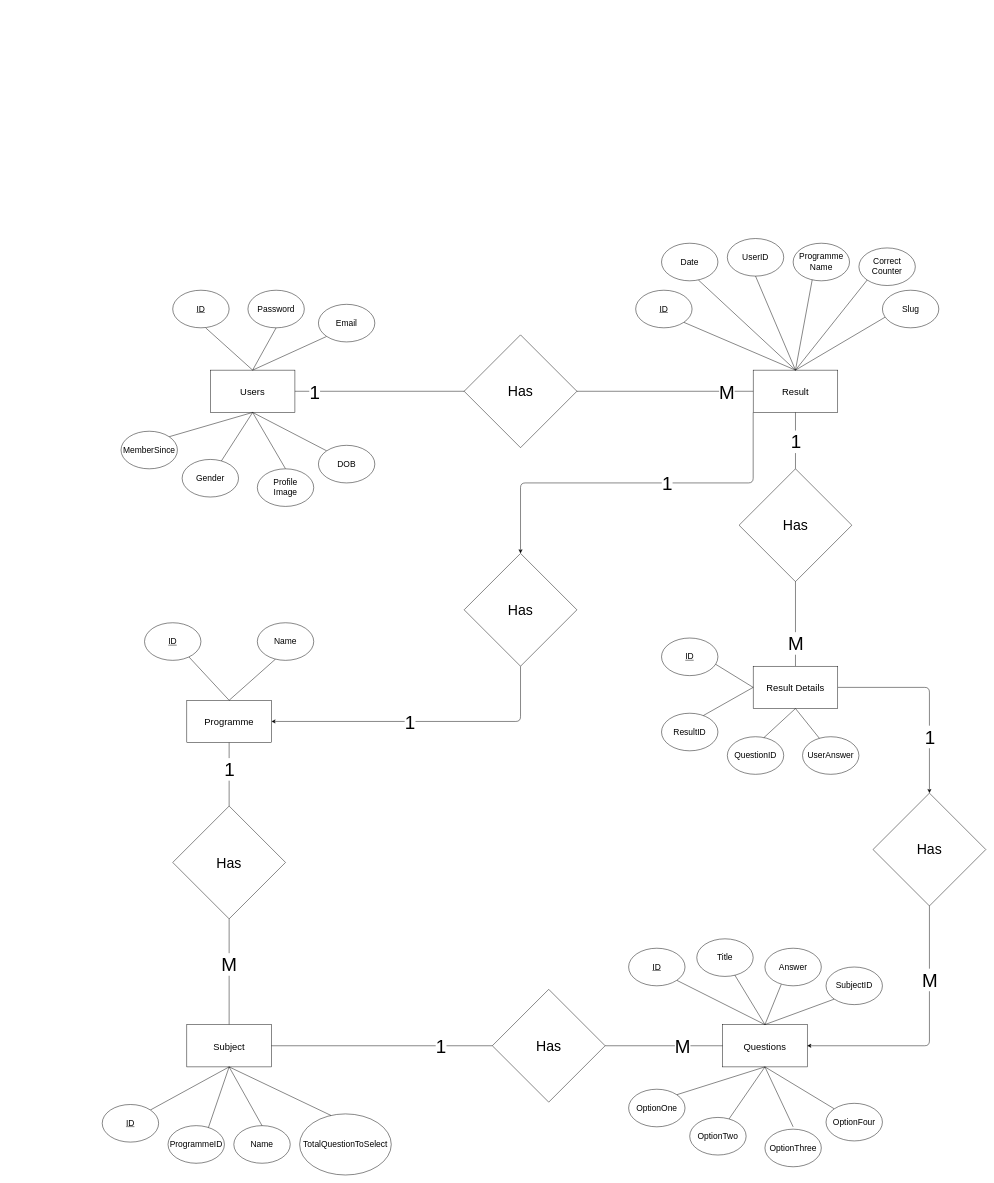
The draw.io diagram static/Project Diagram/ER-Diagram.drawio in sainisoftravi/online_entrance, before the edit. Source tidied: cells renumbered, new cells numbered last; positions are measured from the earlier drawing's top-left corner, leaving out a move shared by most shapes. Both pictures are drawn from the tidied source at 47%, with x=0, y=0 at pixel (102, 238).
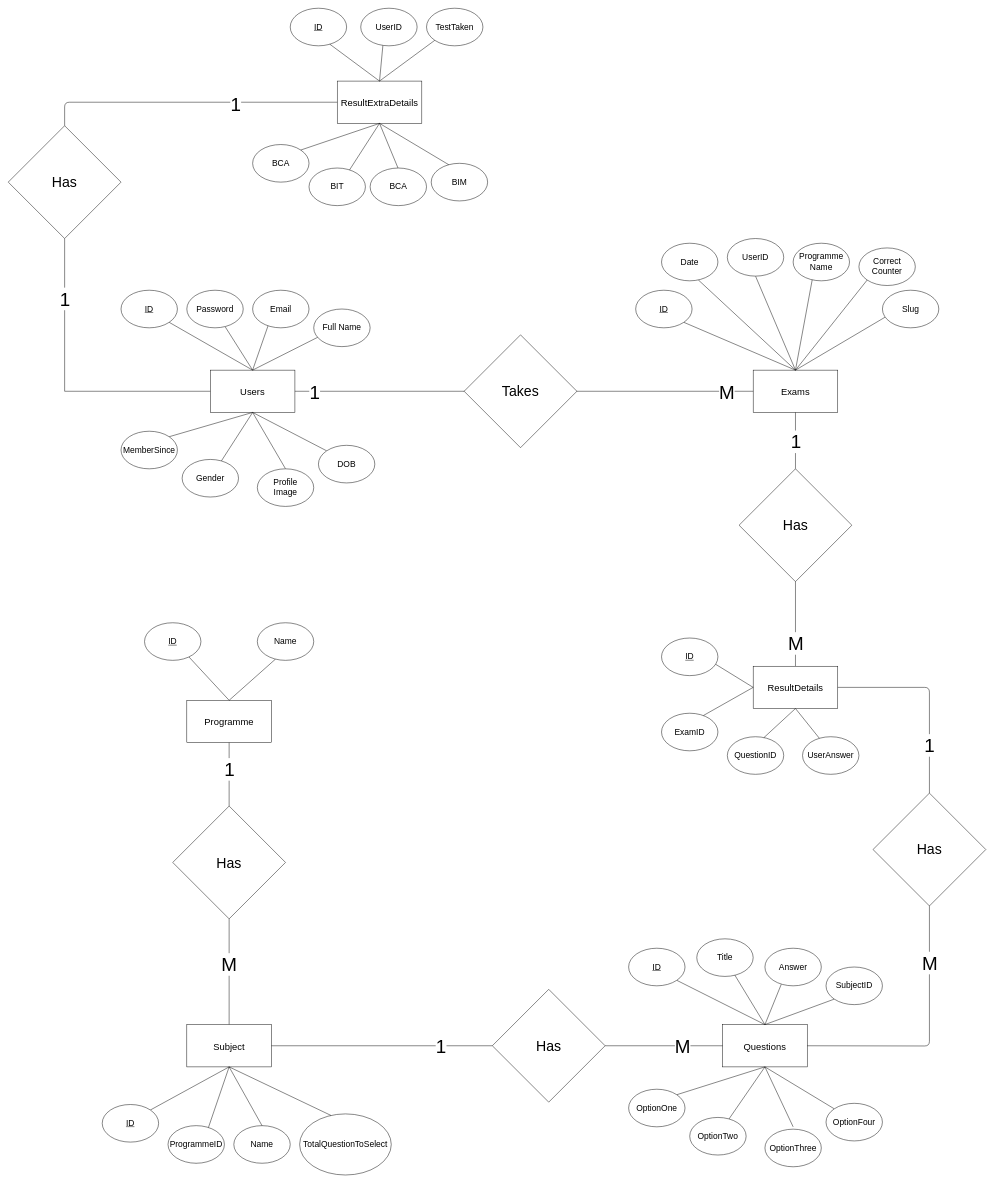
Above is the later version.

Unchanged cells that the change refers to:
```xml
<mxCell id="2" value="&lt;font style=&quot;font-size: 20px;&quot;&gt;Questions&lt;/font&gt;" style="rounded=0;whiteSpace=wrap;html=1;" parent="1" vertex="1">
  <mxGeometry x="1320" y="1672.5" width="180" height="90" as="geometry" />
</mxCell>
<mxCell id="17" value="&lt;font style=&quot;font-size: 20px;&quot;&gt;Users&lt;/font&gt;" style="rounded=0;whiteSpace=wrap;html=1;" parent="1" vertex="1">
  <mxGeometry x="230" y="280" width="180" height="90" as="geometry" />
</mxCell>
<mxCell id="69" value="&lt;font style=&quot;font-size: 20px;&quot;&gt;Programme&lt;/font&gt;" style="rounded=0;whiteSpace=wrap;html=1;" parent="1" vertex="1">
  <mxGeometry x="180" y="982.5" width="180" height="90" as="geometry" />
</mxCell>
```

The edit, as a diff of the source:
```diff
@@
-    <mxCell id="18" style="endArrow=none;html=1;rounded=0;exitX=0.5;exitY=0;exitDx=0;exitDy=0;" parent="1" edge="1" source="17">
-      <mxGeometry relative="1" as="geometry">
-        <mxPoint x="220" y="190" as="targetPoint" />
-      </mxGeometry>
+    <mxCell id="18" style="endArrow=none;html=1;rounded=0;exitX=0.5;exitY=0;exitDx=0;exitDy=0;entryX=1;entryY=1;entryDx=0;entryDy=0;" parent="1" edge="1" source="17" target="19">
+      <mxGeometry relative="1" as="geometry" />
     </mxCell>
     <mxCell id="19" value="&lt;font style=&quot;font-size: 18px;&quot;&gt;&lt;u&gt;ID&lt;/u&gt;&lt;/font&gt;" style="ellipse;whiteSpace=wrap;html=1;" parent="1" vertex="1">
-      <mxGeometry x="150" y="110" width="120" height="80" as="geometry" />
+      <mxGeometry x="40" y="110" width="120" height="80" as="geometry" />
     </mxCell>
-    <mxCell id="20" style="endArrow=none;html=1;rounded=0;exitX=0.5;exitY=0;exitDx=0;exitDy=0;entryX=0;entryY=1;entryDx=0;entryDy=0;" parent="1" edge="1" source="17" target="21">
+    <mxCell id="20" style="endArrow=none;html=1;rounded=0;exitX=0.5;exitY=0;exitDx=0;exitDy=0;entryX=0.274;entryY=0.942;entryDx=0;entryDy=0;entryPerimeter=0;" parent="1" edge="1" source="17" target="21">
       <mxGeometry relative="1" as="geometry" />
     </mxCell>
     <mxCell id="21" value="&lt;font style=&quot;font-size: 18px;&quot;&gt;Email&lt;/font&gt;" style="ellipse;whiteSpace=wrap;html=1;" parent="1" vertex="1">
-      <mxGeometry x="460" y="140" width="120" height="80" as="geometry" />
+      <mxGeometry x="320" y="110" width="120" height="80" as="geometry" />
     </mxCell>
@@
-    <mxCell id="28" style="endArrow=none;html=1;rounded=0;exitX=0.5;exitY=0;exitDx=0;exitDy=0;entryX=0.5;entryY=1;entryDx=0;entryDy=0;" parent="1" edge="1" source="17" target="29">
+    <mxCell id="28" style="endArrow=none;html=1;rounded=0;exitX=0.5;exitY=0;exitDx=0;exitDy=0;entryX=0.679;entryY=0.969;entryDx=0;entryDy=0;entryPerimeter=0;" parent="1" edge="1" source="17" target="29">
       <mxGeometry relative="1" as="geometry" />
     </mxCell>
     <mxCell id="29" value="&lt;font style=&quot;font-size: 18px;&quot;&gt;Password&lt;/font&gt;" style="ellipse;whiteSpace=wrap;html=1;direction=east;" parent="1" vertex="1">
-      <mxGeometry x="310" y="110" width="120" height="80" as="geometry" />
+      <mxGeometry x="180" y="110" width="120" height="80" as="geometry" />
     </mxCell>
-    <mxCell id="30" style="edgeStyle=orthogonalEdgeStyle;rounded=1;jettySize=auto;html=1;exitX=0;exitY=1;exitDx=0;exitDy=0;entryX=0.5;entryY=0;entryDx=0;entryDy=0;" parent="1" edge="1" source="32" target="98">
-      <mxGeometry relative="1" as="geometry" />
-    </mxCell>
-    <mxCell id="31" value="&lt;font style=&quot;font-size: 40px;&quot;&gt;1&lt;/font&gt;" style="edgeLabel;html=1;align=center;verticalAlign=middle;" parent="30" vertex="1">
-      <mxGeometry x="-0.16" relative="1" as="geometry" />
-    </mxCell>
-    <mxCell id="32" value="&lt;font style=&quot;font-size: 20px;&quot;&gt;Result&lt;/font&gt;" style="rounded=0;whiteSpace=wrap;html=1;" parent="1" vertex="1">
+    <mxCell id="32" value="&lt;font style=&quot;font-size: 20px;&quot;&gt;Exams&lt;/font&gt;" style="rounded=0;whiteSpace=wrap;html=1;" parent="1" vertex="1">
       <mxGeometry x="1385" y="280" width="180" height="90" as="geometry" />
     </mxCell>
@@
-    <mxCell id="40" value="&lt;font style=&quot;font-size: 30px;&quot;&gt;Has&lt;/font&gt;" style="rhombus;whiteSpace=wrap;html=1;" parent="1" vertex="1">
+    <mxCell id="40" value="&lt;font style=&quot;font-size: 30px;&quot;&gt;Takes&lt;/font&gt;" style="rhombus;whiteSpace=wrap;html=1;" parent="1" vertex="1">
       <mxGeometry x="770" y="205" width="240" height="240" as="geometry" />
     </mxCell>
@@
-    <mxCell id="50" style="edgeStyle=orthogonalEdgeStyle;rounded=1;jettySize=auto;html=1;exitX=1;exitY=0.5;exitDx=0;exitDy=0;entryX=0.5;entryY=0;entryDx=0;entryDy=0;" parent="1" edge="1" source="52" target="95">
-      <mxGeometry relative="1" as="geometry" />
-    </mxCell>
-    <mxCell id="51" value="&lt;font style=&quot;font-size: 40px;&quot;&gt;1&lt;/font&gt;" style="edgeLabel;html=1;align=center;verticalAlign=middle;" parent="50" vertex="1">
-      <mxGeometry x="0.3" y="3" relative="1" as="geometry">
-        <mxPoint x="-3" y="26" as="offset" />
-      </mxGeometry>
-    </mxCell>
-    <mxCell id="52" value="&lt;font style=&quot;font-size: 20px;&quot;&gt;Result Details&lt;/font&gt;" style="rounded=0;whiteSpace=wrap;html=1;" parent="1" vertex="1">
+    <mxCell id="52" value="&lt;font style=&quot;font-size: 20px;&quot;&gt;ResultDetails&lt;/font&gt;" style="rounded=0;whiteSpace=wrap;html=1;" parent="1" vertex="1">
       <mxGeometry x="1385" y="910" width="180" height="90" as="geometry" />
     </mxCell>
@@
-    <mxCell id="64" value="&lt;font style=&quot;font-size: 18px;&quot;&gt;ResultID&lt;/font&gt;" style="ellipse;whiteSpace=wrap;html=1;" parent="1" vertex="1">
+    <mxCell id="64" value="&lt;font style=&quot;font-size: 18px;&quot;&gt;ExamID&lt;/font&gt;" style="ellipse;whiteSpace=wrap;html=1;" parent="1" vertex="1">
       <mxGeometry x="1190" y="1010" width="120" height="80" as="geometry" />
     </mxCell>
@@
+    <mxCell id="95" value="&lt;font style=&quot;font-size: 30px;&quot;&gt;Has&lt;/font&gt;" style="rhombus;whiteSpace=wrap;html=1;" parent="1" vertex="1">
+      <mxGeometry x="1640" y="1180" width="240" height="240" as="geometry" />
+    </mxCell>
+    <mxCell id="99" value="&lt;font style=&quot;font-size: 18px;&quot;&gt;Full Name&lt;/font&gt;" style="ellipse;whiteSpace=wrap;html=1;" parent="1" vertex="1">
+      <mxGeometry x="450" y="150" width="120" height="80" as="geometry" />
+    </mxCell>
+    <mxCell id="100" style="endArrow=none;html=1;rounded=0;exitX=0.069;exitY=0.753;exitDx=0;exitDy=0;entryX=0.5;entryY=0;entryDx=0;entryDy=0;exitPerimeter=0;" parent="1" edge="1" source="99" target="17">
+      <mxGeometry relative="1" as="geometry" />
+    </mxCell>
+    <mxCell id="101" value="&lt;font style=&quot;font-size: 20px;&quot;&gt;ResultExtraDetails&lt;/font&gt;" style="rounded=0;whiteSpace=wrap;html=1;" parent="1" vertex="1">
+      <mxGeometry x="500" y="-335" width="180" height="90" as="geometry" />
+    </mxCell>
+    <mxCell id="102" style="endArrow=none;html=1;rounded=0;exitX=0;exitY=0.5;exitDx=0;exitDy=0;entryX=0.5;entryY=1;entryDx=0;entryDy=0;" parent="1" edge="1" source="17" target="98">
+      <mxGeometry relative="1" as="geometry">
+        <Array as="points">
+          <mxPoint x="-80" y="325" />
+        </Array>
+      </mxGeometry>
+    </mxCell>
+    <mxCell id="103" value="&lt;font style=&quot;font-size: 40px;&quot;&gt;1&lt;/font&gt;" style="edgeLabel;html=1;align=center;verticalAlign=middle;" parent="102" vertex="1">
+      <mxGeometry x="0.6" relative="1" as="geometry" />
+    </mxCell>
+    <mxCell id="98" value="&lt;font style=&quot;font-size: 30px;&quot;&gt;Has&lt;/font&gt;" style="rhombus;whiteSpace=wrap;html=1;" parent="1" vertex="1">
+      <mxGeometry x="-200" y="-240" width="240" height="240" as="geometry" />
+    </mxCell>
+    <mxCell id="104" style="endArrow=none;html=1;rounded=1;exitX=0.5;exitY=0;exitDx=0;exitDy=0;entryX=0;entryY=0.5;entryDx=0;entryDy=0;" parent="1" edge="1" source="98" target="101">
+      <mxGeometry relative="1" as="geometry">
+        <Array as="points">
+          <mxPoint x="-80" y="-290" />
+        </Array>
+      </mxGeometry>
+    </mxCell>
+    <mxCell id="105" value="&lt;font style=&quot;font-size: 40px;&quot;&gt;1&lt;/font&gt;" style="edgeLabel;html=1;align=center;verticalAlign=middle;" parent="104" vertex="1">
+      <mxGeometry x="0.31" y="-4" relative="1" as="geometry" />
+    </mxCell>
+    <mxCell id="106" value="&lt;font style=&quot;font-size: 18px;&quot;&gt;&lt;u&gt;ID&lt;/u&gt;&lt;/font&gt;" style="ellipse;whiteSpace=wrap;html=1;" parent="1" vertex="1">
+      <mxGeometry x="400" y="-490" width="120" height="80" as="geometry" />
+    </mxCell>
+    <mxCell id="107" value="&lt;font style=&quot;font-size: 18px;&quot;&gt;UserID&lt;/font&gt;" style="ellipse;whiteSpace=wrap;html=1;" parent="1" vertex="1">
+      <mxGeometry x="550" y="-490" width="120" height="80" as="geometry" />
+    </mxCell>
+    <mxCell id="108" value="&lt;font style=&quot;font-size: 18px;&quot;&gt;TestTaken&lt;/font&gt;" style="ellipse;whiteSpace=wrap;html=1;" parent="1" vertex="1">
+      <mxGeometry x="690" y="-490" width="120" height="80" as="geometry" />
+    </mxCell>
+    <mxCell id="109" value="&lt;font style=&quot;font-size: 18px;&quot;&gt;BIM&lt;/font&gt;" style="ellipse;whiteSpace=wrap;html=1;" parent="1" vertex="1">
+      <mxGeometry x="700" y="-160" width="120" height="80" as="geometry" />
+    </mxCell>
+    <mxCell id="110" value="&lt;font style=&quot;font-size: 18px;&quot;&gt;BIT&lt;/font&gt;" style="ellipse;whiteSpace=wrap;html=1;" parent="1" vertex="1">
+      <mxGeometry x="440" y="-150" width="120" height="80" as="geometry" />
+    </mxCell>
+    <mxCell id="111" value="&lt;font style=&quot;font-size: 18px;&quot;&gt;BCA&lt;/font&gt;" style="ellipse;whiteSpace=wrap;html=1;" parent="1" vertex="1">
+      <mxGeometry x="320" y="-200" width="120" height="80" as="geometry" />
+    </mxCell>
+    <mxCell id="112" value="&lt;font style=&quot;font-size: 18px;&quot;&gt;BCA&lt;/font&gt;" style="ellipse;whiteSpace=wrap;html=1;" parent="1" vertex="1">
+      <mxGeometry x="570" y="-150" width="120" height="80" as="geometry" />
+    </mxCell>
+    <mxCell id="113" style="endArrow=none;html=1;rounded=0;exitX=0.701;exitY=0.956;exitDx=0;exitDy=0;entryX=0.5;entryY=0;entryDx=0;entryDy=0;exitPerimeter=0;" parent="1" edge="1" source="106" target="101">
+      <mxGeometry relative="1" as="geometry" />
+    </mxCell>
+    <mxCell id="114" style="endArrow=none;html=1;rounded=0;entryX=0.393;entryY=0.99;entryDx=0;entryDy=0;exitX=0.5;exitY=0;exitDx=0;exitDy=0;entryPerimeter=0;" parent="1" edge="1" source="101" target="107">
+      <mxGeometry relative="1" as="geometry" />
+    </mxCell>
+    <mxCell id="115" style="endArrow=none;html=1;rounded=0;entryX=0;entryY=1;entryDx=0;entryDy=0;exitX=0.5;exitY=0;exitDx=0;exitDy=0;" parent="1" edge="1" source="101" target="108">
+      <mxGeometry relative="1" as="geometry" />
+    </mxCell>
+    <mxCell id="116" style="endArrow=none;html=1;rounded=0;exitX=1;exitY=0;exitDx=0;exitDy=0;entryX=0.5;entryY=1;entryDx=0;entryDy=0;" parent="1" edge="1" source="111" target="101">
+      <mxGeometry relative="1" as="geometry" />
+    </mxCell>
+    <mxCell id="117" style="endArrow=none;html=1;rounded=0;exitX=0.718;exitY=0.051;exitDx=0;exitDy=0;entryX=0.5;entryY=1;entryDx=0;entryDy=0;exitPerimeter=0;" parent="1" edge="1" source="110" target="101">
+      <mxGeometry relative="1" as="geometry" />
+    </mxCell>
+    <mxCell id="118" style="endArrow=none;html=1;rounded=0;entryX=0.5;entryY=1;entryDx=0;entryDy=0;exitX=0.494;exitY=-0.001;exitDx=0;exitDy=0;exitPerimeter=0;" parent="1" edge="1" source="112" target="101">
+      <mxGeometry relative="1" as="geometry" />
+    </mxCell>
+    <mxCell id="119" style="endArrow=none;html=1;rounded=0;exitX=0.312;exitY=0.038;exitDx=0;exitDy=0;entryX=0.5;entryY=1;entryDx=0;entryDy=0;exitPerimeter=0;" parent="1" edge="1" source="109" target="101">
+      <mxGeometry relative="1" as="geometry" />
+    </mxCell>
+    <mxCell id="50" style="endArrow=none;html=1;rounded=1;exitX=1;exitY=0.5;exitDx=0;exitDy=0;entryX=0.5;entryY=0;entryDx=0;entryDy=0;" parent="1" edge="1" source="52" target="95">
+      <mxGeometry relative="1" as="geometry">
+        <Array as="points">
+          <mxPoint x="1760" y="955" />
+        </Array>
+      </mxGeometry>
+    </mxCell>
+    <mxCell id="120" value="&lt;font style=&quot;font-size: 40px;&quot;&gt;1&lt;/font&gt;" style="edgeLabel;html=1;align=center;verticalAlign=middle;" parent="50" vertex="1">
+      <mxGeometry x="0.51" y="-1" relative="1" as="geometry" />
+    </mxCell>
-    <mxCell id="93" style="edgeStyle=orthogonalEdgeStyle;rounded=1;jettySize=auto;html=1;exitX=0.5;exitY=1;exitDx=0;exitDy=0;entryX=1;entryY=0.5;entryDx=0;entryDy=0;" parent="1" edge="1" source="95" target="2">
-      <mxGeometry relative="1" as="geometry" />
+    <mxCell id="93" style="endArrow=none;html=1;rounded=1;exitX=0.5;exitY=1;exitDx=0;exitDy=0;entryX=1;entryY=0.5;entryDx=0;entryDy=0;" parent="1" edge="1" source="95" target="2">
+      <mxGeometry relative="1" as="geometry">
+        <Array as="points">
+          <mxPoint x="1760" y="1718" />
+        </Array>
+      </mxGeometry>
     </mxCell>
     <mxCell id="94" value="&lt;font style=&quot;font-size: 40px;&quot;&gt;M&lt;/font&gt;" style="edgeLabel;html=1;align=center;verticalAlign=middle;" parent="93" vertex="1">
-      <mxGeometry x="-0.44" relative="1" as="geometry" />
+      <mxGeometry x="-0.57" relative="1" as="geometry" />
     </mxCell>
-    <mxCell id="95" value="&lt;font style=&quot;font-size: 30px;&quot;&gt;Has&lt;/font&gt;" style="rhombus;whiteSpace=wrap;html=1;" parent="1" vertex="1">
-      <mxGeometry x="1640" y="1180" width="240" height="240" as="geometry" />
-    </mxCell>
-    <mxCell id="96" style="edgeStyle=orthogonalEdgeStyle;rounded=1;jettySize=auto;html=1;exitX=0.5;exitY=1;exitDx=0;exitDy=0;entryX=1;entryY=0.5;entryDx=0;entryDy=0;" parent="1" edge="1" source="98" target="69">
-      <mxGeometry relative="1" as="geometry" />
-    </mxCell>
-    <mxCell id="97" value="&lt;font style=&quot;font-size: 40px;&quot;&gt;1&lt;/font&gt;" style="edgeLabel;html=1;align=center;verticalAlign=middle;" parent="96" vertex="1">
-      <mxGeometry x="0.09" y="1" relative="1" as="geometry" />
-    </mxCell>
-    <mxCell id="98" value="&lt;font style=&quot;font-size: 30px;&quot;&gt;Has&lt;/font&gt;" style="rhombus;whiteSpace=wrap;html=1;" parent="1" vertex="1">
-      <mxGeometry x="770" y="670" width="240" height="240" as="geometry" />
-    </mxCell>
```
